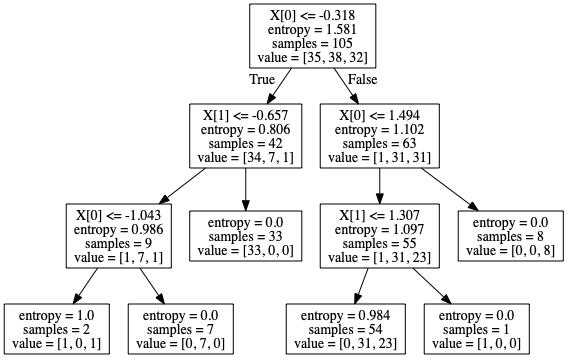
Above: code/irisClassification/iris_tree.png in Knowledge-Precipitation-Tribe/Decision-tree-and-Random-forest (Graphviz), before the change. Its source is kept beside it as code/irisClassification/iris_tree.dot.
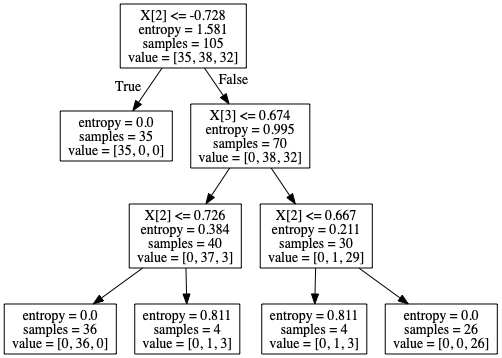
Later version of the same file.

What changed in the source:
```diff
@@ -1,24 +1,20 @@
 digraph Tree {
 node [shape=box] ;
-0 [label="X[0] <= -0.318\nentropy = 1.581\nsamples = 105\nvalue = [35, 38, 32]"] ;
-1 [label="X[1] <= -0.657\nentropy = 0.806\nsamples = 42\nvalue = [34, 7, 1]"] ;
+0 [label="X[2] <= -0.728\nentropy = 1.581\nsamples = 105\nvalue = [35, 38, 32]"] ;
+1 [label="entropy = 0.0\nsamples = 35\nvalue = [35, 0, 0]"] ;
 0 -> 1 [labeldistance=2.5, labelangle=45, headlabel="True"] ;
-2 [label="X[0] <= -1.043\nentropy = 0.986\nsamples = 9\nvalue = [1, 7, 1]"] ;
-1 -> 2 ;
-3 [label="entropy = 1.0\nsamples = 2\nvalue = [1, 0, 1]"] ;
+2 [label="X[3] <= 0.674\nentropy = 0.995\nsamples = 70\nvalue = [0, 38, 32]"] ;
+0 -> 2 [labeldistance=2.5, labelangle=-45, headlabel="False"] ;
+3 [label="X[2] <= 0.726\nentropy = 0.384\nsamples = 40\nvalue = [0, 37, 3]"] ;
 2 -> 3 ;
-4 [label="entropy = 0.0\nsamples = 7\nvalue = [0, 7, 0]"] ;
-2 -> 4 ;
-5 [label="entropy = 0.0\nsamples = 33\nvalue = [33, 0, 0]"] ;
-1 -> 5 ;
-6 [label="X[0] <= 1.494\nentropy = 1.102\nsamples = 63\nvalue = [1, 31, 31]"] ;
-0 -> 6 [labeldistance=2.5, labelangle=-45, headlabel="False"] ;
-7 [label="X[1] <= 1.307\nentropy = 1.097\nsamples = 55\nvalue = [1, 31, 23]"] ;
+4 [label="entropy = 0.0\nsamples = 36\nvalue = [0, 36, 0]"] ;
+3 -> 4 ;
+5 [label="entropy = 0.811\nsamples = 4\nvalue = [0, 1, 3]"] ;
+3 -> 5 ;
+6 [label="X[2] <= 0.667\nentropy = 0.211\nsamples = 30\nvalue = [0, 1, 29]"] ;
+2 -> 6 ;
+7 [label="entropy = 0.811\nsamples = 4\nvalue = [0, 1, 3]"] ;
 6 -> 7 ;
-8 [label="entropy = 0.984\nsamples = 54\nvalue = [0, 31, 23]"] ;
-7 -> 8 ;
-9 [label="entropy = 0.0\nsamples = 1\nvalue = [1, 0, 0]"] ;
-7 -> 9 ;
-10 [label="entropy = 0.0\nsamples = 8\nvalue = [0, 0, 8]"] ;
-6 -> 10 ;
+8 [label="entropy = 0.0\nsamples = 26\nvalue = [0, 0, 26]"] ;
+6 -> 8 ;
 }
```
